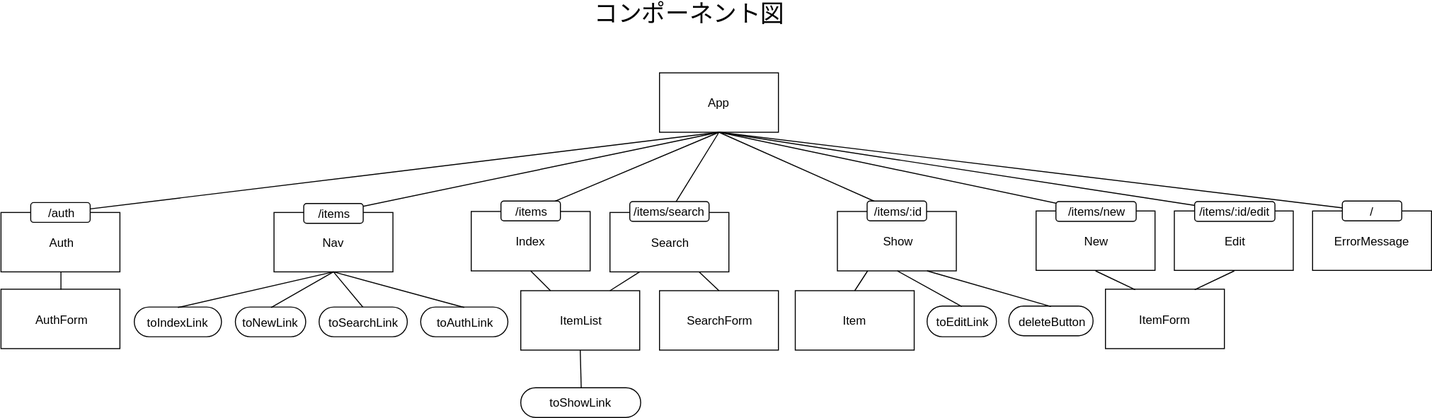
Earlier version of the draw.io export diagram/component.svg (emgniddikur/react-app). Source tidied: cells renumbered, new cells last; positions are measured from the earlier drawing's top-left corner, leaving out a move shared by most shapes.
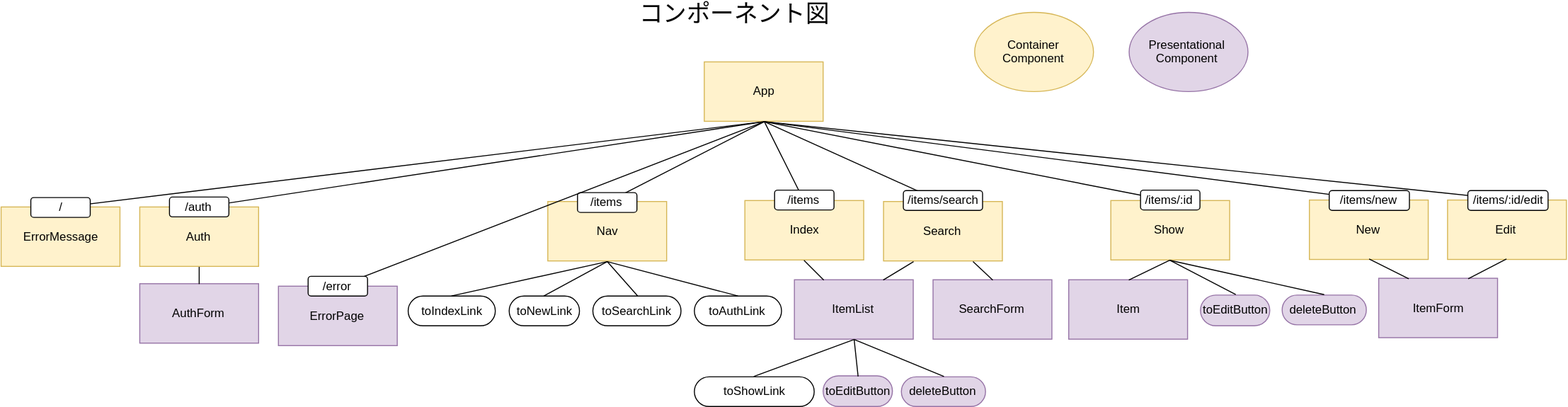
After the commit.

Change to the diagram source:
```diff
@@ -2,25 +2,25 @@
   <root>
     <mxCell id="0" />
     <mxCell id="1" parent="0" />
-    <mxCell id="2" value="App" style="rounded=0;whiteSpace=wrap;html=1;" parent="1" vertex="1">
-      <mxGeometry x="664" y="70" width="120" height="60" as="geometry" />
+    <mxCell id="2" value="App" style="rounded=0;whiteSpace=wrap;html=1;fillColor=#fff2cc;strokeColor=#d6b656;" parent="1" vertex="1">
+      <mxGeometry x="433" y="70" width="120" height="60" as="geometry" />
     </mxCell>
-    <mxCell id="3" value="Index" style="rounded=0;whiteSpace=wrap;html=1;" parent="1" vertex="1">
+    <mxCell id="3" value="Index" style="rounded=0;whiteSpace=wrap;html=1;fillColor=#fff2cc;strokeColor=#d6b656;" parent="1" vertex="1">
       <mxGeometry x="474" y="210" width="120" height="60" as="geometry" />
     </mxCell>
-    <mxCell id="4" value="ItemForm" style="rounded=0;whiteSpace=wrap;html=1;" parent="1" vertex="1">
+    <mxCell id="4" value="ItemForm" style="rounded=0;whiteSpace=wrap;html=1;fillColor=#e1d5e7;strokeColor=#9673a6;" parent="1" vertex="1">
       <mxGeometry x="1114" y="288.5" width="120" height="60" as="geometry" />
     </mxCell>
-    <mxCell id="5" value="Nav" style="rounded=0;whiteSpace=wrap;html=1;" parent="1" vertex="1">
+    <mxCell id="5" value="Nav" style="rounded=0;whiteSpace=wrap;html=1;fillColor=#fff2cc;strokeColor=#d6b656;" parent="1" vertex="1">
       <mxGeometry x="275" y="211" width="120" height="60" as="geometry" />
     </mxCell>
     <mxCell id="6" value="toNewLink" style="rounded=1;whiteSpace=wrap;html=1;arcSize=50;" parent="1" vertex="1">
       <mxGeometry x="236" y="306.5" width="71" height="30" as="geometry" />
     </mxCell>
-    <mxCell id="7" value="toEditLink&lt;br&gt;" style="rounded=1;whiteSpace=wrap;html=1;arcSize=50;" parent="1" vertex="1">
+    <mxCell id="7" value="toEditButton&lt;br&gt;" style="rounded=1;whiteSpace=wrap;html=1;arcSize=50;fillColor=#e1d5e7;strokeColor=#9673a6;" parent="1" vertex="1">
       <mxGeometry x="934" y="305.5" width="70" height="31" as="geometry" />
     </mxCell>
-    <mxCell id="8" value="deleteButton&lt;br&gt;" style="rounded=1;whiteSpace=wrap;html=1;arcSize=50;" parent="1" vertex="1">
+    <mxCell id="8" value="deleteButton&lt;br&gt;" style="rounded=1;whiteSpace=wrap;html=1;arcSize=50;fillColor=#e1d5e7;strokeColor=#9673a6;" parent="1" vertex="1">
       <mxGeometry x="1016.5" y="305.5" width="85" height="30" as="geometry" />
     </mxCell>
     <mxCell id="9" style="endArrow=none;html=1;exitX=0.5;exitY=0;exitDx=0;exitDy=0;entryX=0.5;entryY=1;entryDx=0;entryDy=0;" parent="1" edge="1" source="5" target="2">
@@ -33,10 +33,10 @@
       <mxGeometry relative="1" as="geometry" />
     </mxCell>
     <mxCell id="12" value="&lt;font style=&quot;font-size: 24px&quot;&gt;コンポーネント図&lt;/font&gt;&lt;br&gt;" style="text;html=1;strokeColor=none;fillColor=none;align=center;verticalAlign=middle;whiteSpace=wrap;rounded=0;" parent="1" vertex="1">
-      <mxGeometry x="584" width="220" height="20" as="geometry" />
+      <mxGeometry x="353" y="20" width="220" as="geometry" />
     </mxCell>
-    <mxCell id="13" value="ErrorMessage" style="rounded=0;whiteSpace=wrap;html=1;" parent="1" vertex="1">
-      <mxGeometry x="1323" y="209.5" width="120" height="60" as="geometry" />
+    <mxCell id="13" value="ErrorMessage" style="rounded=0;whiteSpace=wrap;html=1;fillColor=#fff2cc;strokeColor=#d6b656;" parent="1" vertex="1">
+      <mxGeometry x="-277" y="216.5" width="120" height="60" as="geometry" />
     </mxCell>
     <mxCell id="14" value="toIndexLink" style="rounded=1;whiteSpace=wrap;html=1;arcSize=50;" parent="1" vertex="1">
       <mxGeometry x="134" y="306.5" width="88" height="30" as="geometry" />
@@ -47,28 +47,28 @@
     <mxCell id="16" value="toSearchLink" style="rounded=1;whiteSpace=wrap;html=1;arcSize=50;" parent="1" vertex="1">
       <mxGeometry x="320.5" y="306.5" width="89" height="30" as="geometry" />
     </mxCell>
-    <mxCell id="17" value="New&lt;br&gt;" style="rounded=0;whiteSpace=wrap;html=1;" parent="1" vertex="1">
+    <mxCell id="17" value="New&lt;br&gt;" style="rounded=0;whiteSpace=wrap;html=1;fillColor=#fff2cc;strokeColor=#d6b656;" parent="1" vertex="1">
       <mxGeometry x="1044" y="209.5" width="120" height="60" as="geometry" />
     </mxCell>
-    <mxCell id="18" value="Edit" style="rounded=0;whiteSpace=wrap;html=1;" parent="1" vertex="1">
+    <mxCell id="18" value="Edit" style="rounded=0;whiteSpace=wrap;html=1;fillColor=#fff2cc;strokeColor=#d6b656;" parent="1" vertex="1">
       <mxGeometry x="1183.5" y="209.5" width="120" height="60" as="geometry" />
     </mxCell>
-    <mxCell id="19" value="ItemList&lt;br&gt;" style="rounded=0;whiteSpace=wrap;html=1;" parent="1" vertex="1">
+    <mxCell id="19" value="ItemList&lt;br&gt;" style="rounded=0;whiteSpace=wrap;html=1;fillColor=#e1d5e7;strokeColor=#9673a6;" parent="1" vertex="1">
       <mxGeometry x="524" y="290" width="120" height="60" as="geometry" />
     </mxCell>
-    <mxCell id="20" value="Show" style="rounded=0;whiteSpace=wrap;html=1;" parent="1" vertex="1">
+    <mxCell id="20" value="Show" style="rounded=0;whiteSpace=wrap;html=1;fillColor=#fff2cc;strokeColor=#d6b656;" parent="1" vertex="1">
       <mxGeometry x="843.5" y="210" width="120" height="60" as="geometry" />
     </mxCell>
-    <mxCell id="21" value="Item" style="rounded=0;whiteSpace=wrap;html=1;" parent="1" vertex="1">
+    <mxCell id="21" value="Item" style="rounded=0;whiteSpace=wrap;html=1;fillColor=#e1d5e7;strokeColor=#9673a6;" parent="1" vertex="1">
       <mxGeometry x="801" y="290" width="120" height="60" as="geometry" />
     </mxCell>
     <mxCell id="22" value="toShowLink" style="rounded=1;whiteSpace=wrap;html=1;arcSize=50;" parent="1" vertex="1">
-      <mxGeometry x="524" y="388" width="121" height="30" as="geometry" />
+      <mxGeometry x="423" y="388" width="121" height="30" as="geometry" />
     </mxCell>
-    <mxCell id="23" value="SearchForm" style="rounded=0;whiteSpace=wrap;html=1;" parent="1" vertex="1">
+    <mxCell id="23" value="SearchForm" style="rounded=0;whiteSpace=wrap;html=1;fillColor=#e1d5e7;strokeColor=#9673a6;" parent="1" vertex="1">
       <mxGeometry x="664" y="290" width="120" height="60" as="geometry" />
     </mxCell>
-    <mxCell id="24" value="Search&lt;br&gt;" style="rounded=0;whiteSpace=wrap;html=1;" parent="1" vertex="1">
+    <mxCell id="24" value="Search&lt;br&gt;" style="rounded=0;whiteSpace=wrap;html=1;fillColor=#fff2cc;strokeColor=#d6b656;" parent="1" vertex="1">
       <mxGeometry x="614" y="211" width="120" height="60" as="geometry" />
     </mxCell>
     <mxCell id="25" style="endArrow=none;html=1;entryX=0.25;entryY=1;entryDx=0;entryDy=0;exitX=0.75;exitY=0;exitDx=0;exitDy=0;" parent="1" edge="1" source="19" target="24">
@@ -89,7 +89,7 @@
     <mxCell id="30" style="endArrow=none;html=1;entryX=0.5;entryY=1;entryDx=0;entryDy=0;exitX=0.5;exitY=0;exitDx=0;exitDy=0;" parent="1" edge="1" source="22" target="19">
       <mxGeometry relative="1" as="geometry" />
     </mxCell>
-    <mxCell id="31" style="endArrow=none;html=1;entryX=0.25;entryY=1;entryDx=0;entryDy=0;exitX=0.5;exitY=0;exitDx=0;exitDy=0;" parent="1" edge="1" source="21" target="20">
+    <mxCell id="31" style="endArrow=none;html=1;entryX=0.5;entryY=1;entryDx=0;entryDy=0;exitX=0.5;exitY=0;exitDx=0;exitDy=0;" parent="1" edge="1" source="21" target="20">
       <mxGeometry relative="1" as="geometry" />
     </mxCell>
     <mxCell id="32" style="endArrow=none;html=1;exitX=0.5;exitY=1;exitDx=0;exitDy=0;entryX=0.25;entryY=0;entryDx=0;entryDy=0;" parent="1" edge="1" source="17" target="4">
@@ -110,26 +110,26 @@
     <mxCell id="37" style="endArrow=none;html=1;entryX=0.5;entryY=1;entryDx=0;entryDy=0;exitX=0.5;exitY=0;exitDx=0;exitDy=0;" parent="1" edge="1" source="7" target="20">
       <mxGeometry relative="1" as="geometry" />
     </mxCell>
-    <mxCell id="38" style="endArrow=none;html=1;exitX=0.75;exitY=1;exitDx=0;exitDy=0;entryX=0.5;entryY=0;entryDx=0;entryDy=0;" parent="1" edge="1" source="20" target="8">
+    <mxCell id="38" style="endArrow=none;html=1;exitX=0.5;exitY=1;exitDx=0;exitDy=0;entryX=0.5;entryY=0;entryDx=0;entryDy=0;" parent="1" edge="1" source="20" target="8">
       <mxGeometry relative="1" as="geometry" />
     </mxCell>
     <mxCell id="39" style="endArrow=none;html=1;entryX=0.5;entryY=0;entryDx=0;entryDy=0;exitX=0.5;exitY=1;exitDx=0;exitDy=0;" parent="1" edge="1" source="2" target="13">
       <mxGeometry relative="1" as="geometry" />
     </mxCell>
-    <mxCell id="40" value="Auth" style="rounded=0;whiteSpace=wrap;html=1;" parent="1" vertex="1">
-      <mxGeometry x="-0.5" y="211" width="120" height="60" as="geometry" />
+    <mxCell id="40" value="Auth" style="rounded=0;whiteSpace=wrap;html=1;fillColor=#fff2cc;strokeColor=#d6b656;" parent="1" vertex="1">
+      <mxGeometry x="-137" y="216.5" width="120" height="60" as="geometry" />
     </mxCell>
     <mxCell id="41" style="endArrow=none;html=1;entryX=0.5;entryY=1;entryDx=0;entryDy=0;exitX=0.5;exitY=0;exitDx=0;exitDy=0;" parent="1" edge="1" source="40" target="2">
       <mxGeometry relative="1" as="geometry" />
     </mxCell>
-    <mxCell id="42" value="AuthForm" style="rounded=0;whiteSpace=wrap;html=1;" parent="1" vertex="1">
-      <mxGeometry x="-0.5" y="288.5" width="120" height="60" as="geometry" />
+    <mxCell id="42" value="AuthForm" style="rounded=0;whiteSpace=wrap;html=1;fillColor=#e1d5e7;strokeColor=#9673a6;" parent="1" vertex="1">
+      <mxGeometry x="-137" y="294" width="120" height="60" as="geometry" />
     </mxCell>
     <mxCell id="43" style="endArrow=none;html=1;entryX=0.5;entryY=1;entryDx=0;entryDy=0;exitX=0.5;exitY=0;exitDx=0;exitDy=0;" parent="1" edge="1" source="42" target="40">
       <mxGeometry relative="1" as="geometry" />
     </mxCell>
     <mxCell id="44" value="/auth" style="rounded=1;whiteSpace=wrap;html=1;" parent="1" vertex="1">
-      <mxGeometry x="29.5" y="201" width="60" height="20" as="geometry" />
+      <mxGeometry x="-107" y="206.5" width="60" height="20" as="geometry" />
     </mxCell>
     <mxCell id="45" value="/items" style="rounded=1;whiteSpace=wrap;html=1;" parent="1" vertex="1">
       <mxGeometry x="504" y="199.5" width="60" height="20" as="geometry" />
@@ -150,7 +150,7 @@
       <mxGeometry x="1204" y="200" width="81" height="20" as="geometry" />
     </mxCell>
     <mxCell id="51" value="/" style="rounded=1;whiteSpace=wrap;html=1;" parent="1" vertex="1">
-      <mxGeometry x="1353" y="199.5" width="60" height="20" as="geometry" />
+      <mxGeometry x="-247" y="207" width="60" height="20" as="geometry" />
     </mxCell>
     <mxCell id="52" value="toAuthLink" style="rounded=1;whiteSpace=wrap;html=1;arcSize=50;" parent="1" vertex="1">
       <mxGeometry x="423" y="306.5" width="88" height="30" as="geometry" />
@@ -158,5 +158,32 @@
     <mxCell id="53" style="endArrow=none;html=1;exitX=0.5;exitY=0;exitDx=0;exitDy=0;entryX=0.5;entryY=1;entryDx=0;entryDy=0;" parent="1" edge="1" source="52" target="5">
       <mxGeometry relative="1" as="geometry" />
     </mxCell>
+    <mxCell id="54" value="ErrorPage" style="rounded=0;whiteSpace=wrap;html=1;fillColor=#e1d5e7;strokeColor=#9673a6;" parent="1" vertex="1">
+      <mxGeometry x="3" y="296.5" width="120" height="60" as="geometry" />
+    </mxCell>
+    <mxCell id="55" style="endArrow=none;html=1;entryX=0.5;entryY=1;entryDx=0;entryDy=0;exitX=0.5;exitY=0;exitDx=0;exitDy=0;" parent="1" edge="1" source="54" target="2">
+      <mxGeometry relative="1" as="geometry" />
+    </mxCell>
+    <mxCell id="56" value="/error" style="rounded=1;whiteSpace=wrap;html=1;" parent="1" vertex="1">
+      <mxGeometry x="33" y="286.5" width="60" height="20" as="geometry" />
+    </mxCell>
+    <mxCell id="57" value="toEditButton&lt;br&gt;" style="rounded=1;whiteSpace=wrap;html=1;arcSize=50;fillColor=#e1d5e7;strokeColor=#9673a6;" parent="1" vertex="1">
+      <mxGeometry x="553" y="387" width="70" height="31" as="geometry" />
+    </mxCell>
+    <mxCell id="58" style="endArrow=none;html=1;entryX=0.5;entryY=1;entryDx=0;entryDy=0;exitX=0.5;exitY=0;exitDx=0;exitDy=0;" parent="1" edge="1" source="57" target="19">
+      <mxGeometry relative="1" as="geometry" />
+    </mxCell>
+    <mxCell id="59" value="deleteButton&lt;br&gt;" style="rounded=1;whiteSpace=wrap;html=1;arcSize=50;fillColor=#e1d5e7;strokeColor=#9673a6;" parent="1" vertex="1">
+      <mxGeometry x="632" y="388" width="85" height="30" as="geometry" />
+    </mxCell>
+    <mxCell id="60" style="endArrow=none;html=1;entryX=0.5;entryY=1;entryDx=0;entryDy=0;exitX=0.5;exitY=0;exitDx=0;exitDy=0;" parent="1" edge="1" source="59" target="19">
+      <mxGeometry relative="1" as="geometry" />
+    </mxCell>
+    <mxCell id="61" value="Container Component" style="ellipse;whiteSpace=wrap;html=1;fillColor=#fff2cc;strokeColor=#d6b656;" parent="1" vertex="1">
+      <mxGeometry x="706" y="20" width="120" height="80" as="geometry" />
+    </mxCell>
+    <mxCell id="62" value="Presentational Component" style="ellipse;whiteSpace=wrap;html=1;fillColor=#e1d5e7;strokeColor=#9673a6;" parent="1" vertex="1">
+      <mxGeometry x="861.5" y="20" width="120" height="80" as="geometry" />
+    </mxCell>
   </root>
 </mxGraphModel>
```
